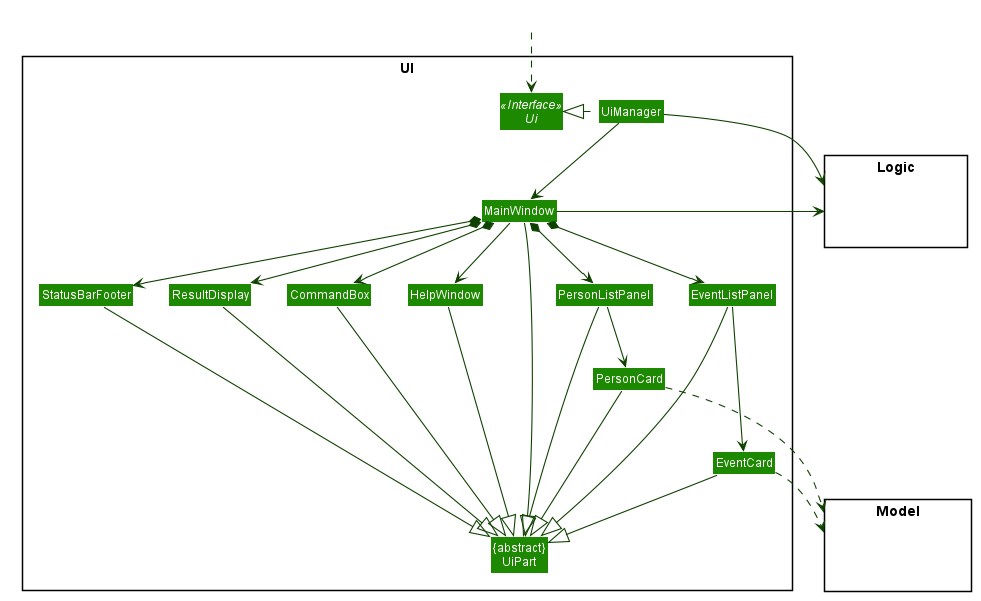
Earlier version of the PlantUML export docs/images/UiClassDiagram.png (yanchenglee98/tp). Source of this version:
```plantuml
@startuml








skinparam BackgroundColor #FFFFFFF

skinparam Shadowing false

skinparam Class {
    FontColor #FFFFFF
    BorderThickness 1
    BorderColor #FFFFFF
    StereotypeFontColor #FFFFFF
    FontName Arial
}

skinparam Actor {
    BorderColor #000000
    Color #000000
    FontName Arial
}

skinparam Sequence {
    MessageAlign center
    BoxFontSize 15
    BoxPadding 0
    BoxFontColor #FFFFFF
    FontName Arial
}

skinparam Participant {
    FontColor #FFFFFFF
    Padding 20
}

skinparam MinClassWidth 50
skinparam ParticipantPadding 10
skinparam Shadowing false
skinparam DefaultTextAlignment center
skinparam packageStyle Rectangle

hide footbox
hide members
hide circle
skinparam arrowThickness 1.1
skinparam arrowColor #0E4100
skinparam classBackgroundColor #1D8900

package UI <<Rectangle>>{
Interface Ui <<Interface>>
Class "{abstract}\nUiPart" as UiPart
Class UiManager
Class MainWindow
Class HelpWindow
Class ResultDisplay
Class PersonListPanel
Class PersonCard
Class EventListPanel
Class EventCard
Class StatusBarFooter
Class CommandBox
}

package Model <<Rectangle>> {
Class HiddenModel #FFFFFF
}

package Logic <<Rectangle>> {
Class HiddenLogic #FFFFFF
}

Class HiddenOutside #FFFFFF
HiddenOutside ..> Ui

UiManager .left.|> Ui
UiManager -down-> MainWindow
MainWindow --> HelpWindow
MainWindow *-down-> CommandBox
MainWindow *-down-> ResultDisplay
MainWindow *-down-> PersonListPanel
MainWindow *-down-> EventListPanel
MainWindow *-down-> StatusBarFooter

PersonListPanel -down-> PersonCard
EventListPanel -down--> EventCard

MainWindow -left-|> UiPart

ResultDisplay --|> UiPart
CommandBox --|> UiPart
PersonListPanel --|> UiPart
PersonCard --|> UiPart
EventListPanel --|> UiPart
EventCard --|> UiPart
StatusBarFooter --|> UiPart
HelpWindow -down-|> UiPart

PersonCard ..> Model
EventCard ..> Model
UiManager -right-> Logic
MainWindow -left-> Logic

PersonListPanel -[hidden]left- HelpWindow
EventListPanel -[hidden]left- HelpWindow
HelpWindow -[hidden]left- CommandBox
CommandBox -[hidden]left- ResultDisplay
ResultDisplay -[hidden]left- StatusBarFooter

MainWindow -[hidden]-|> UiPart
@enduml
```
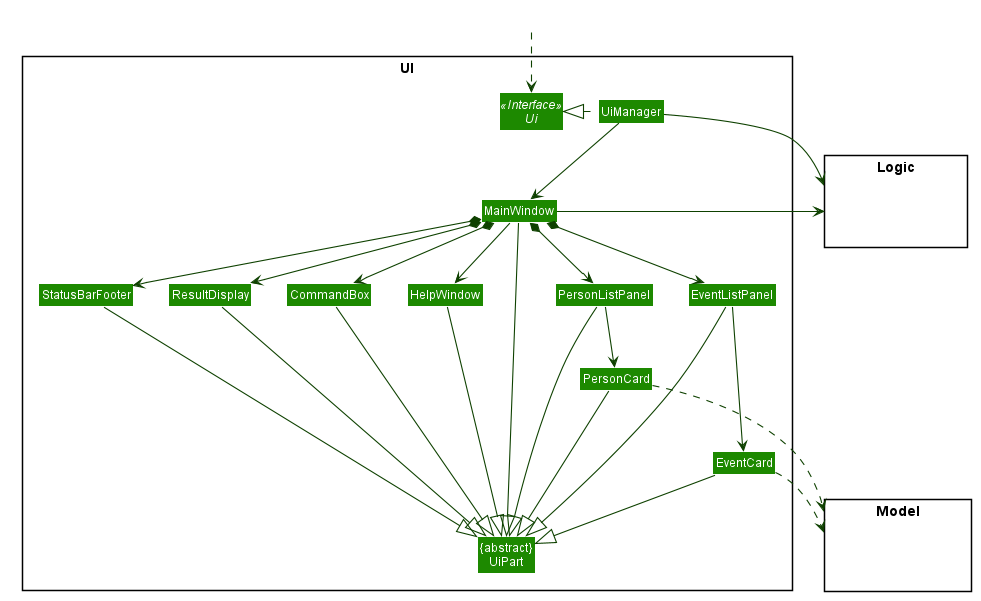
The same diagram one commit later.

Commit message:
Reorganise UiClassDiagram

Change to the diagram source:
```diff
@@ -111,5 +111,4 @@
 CommandBox -[hidden]left- ResultDisplay
 ResultDisplay -[hidden]left- StatusBarFooter
 
-MainWindow -[hidden]-|> UiPart
 @enduml
```
